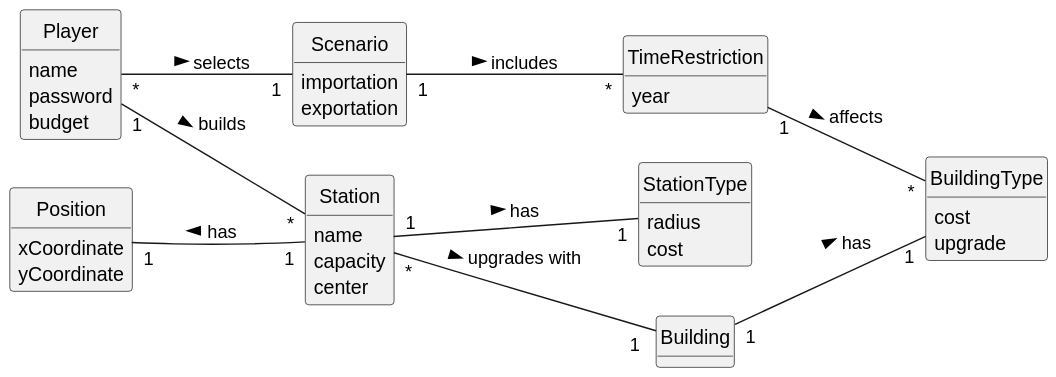
Above: Sprint2/US006/02.analysis/svg/US006-DM.svg in 1240935/pi2-railway-simulator (PlantUML), before the change.
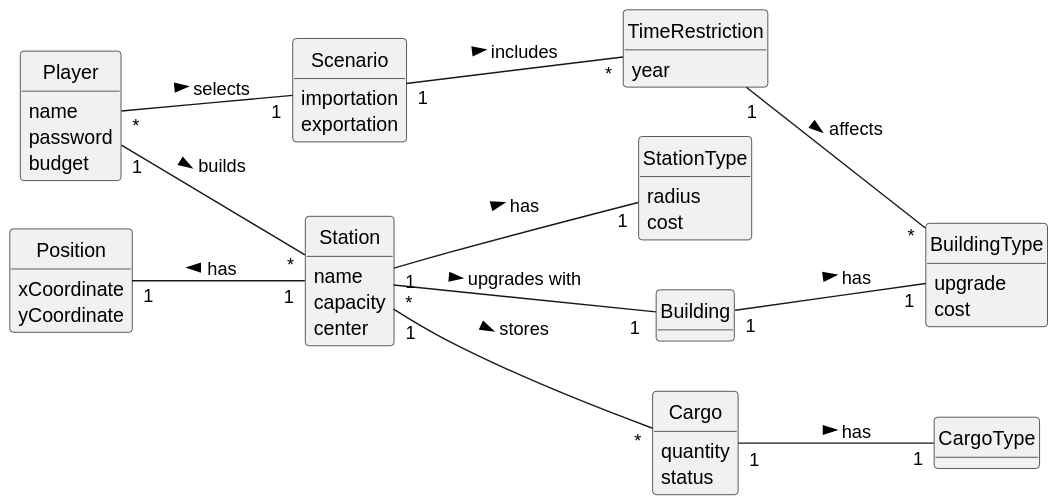
After the commit.

Diff of the diagram source:
```diff
@@ -29,8 +29,8 @@
 }
 
 class BuildingType {
+    upgrade
     cost
-    upgrade
 }
 
 class Scenario {
@@ -43,10 +43,17 @@
     yCoordinate
 }
 
+class Cargo {
+    quantity
+    status
+}
+
+class CargoType{
+}
+
 class TimeRestriction{
     year
 }
-
 
 Player "1" -- "*" Station: builds >
 Player "*" -- "1" Scenario : selects >
@@ -54,6 +61,8 @@
 Station "1" -- "1" StationType: has >
 Building "1" -- "1" BuildingType : has >
 Position "1" -- "1" Station: has <
+Station "1" -- "*" Cargo : stores >
+Cargo "1" -- "1" CargoType: has >
 Scenario "1" -- "*" TimeRestriction: includes >
 TimeRestriction "1" -- "*" BuildingType: affects >
 @enduml
```
